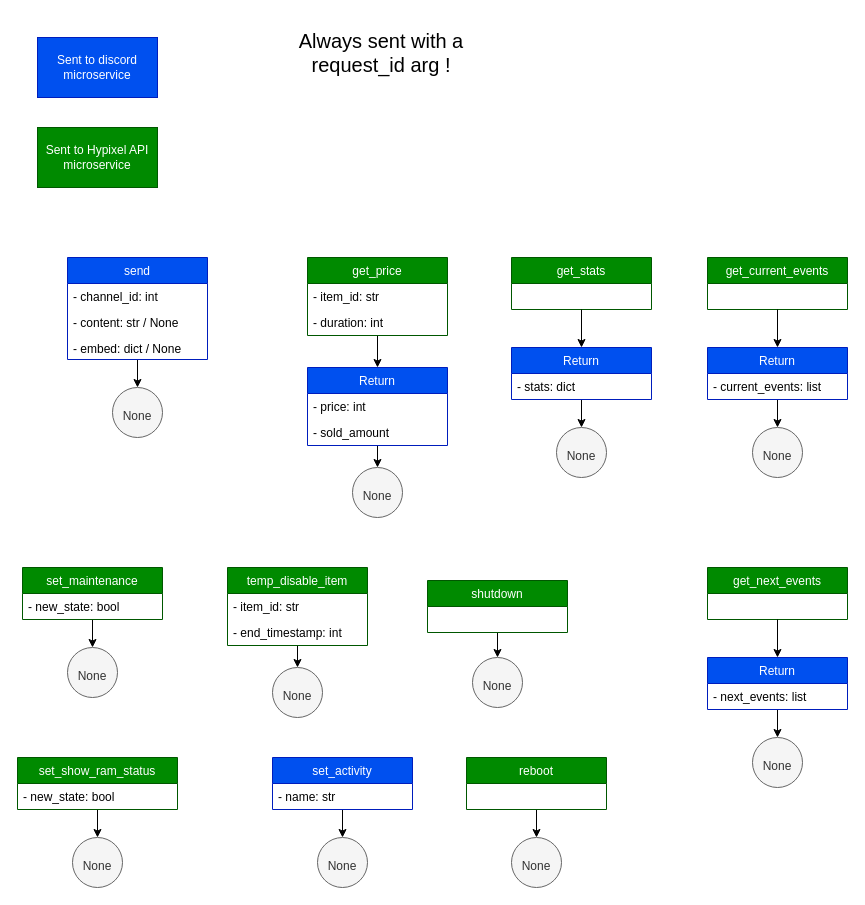
Before: page "all requests" (6 of 6) of auction bot global architecture.drawio in LupyXev/auction-bot-rewrite, a draw.io diagram. Source tidied: cells renumbered, new cells numbered last; positions are measured from the earlier drawing's top-left corner, leaving out a move shared by most shapes. Both pictures are drawn from the tidied source at 100%, with x=0, y=0 at pixel (17, 17).
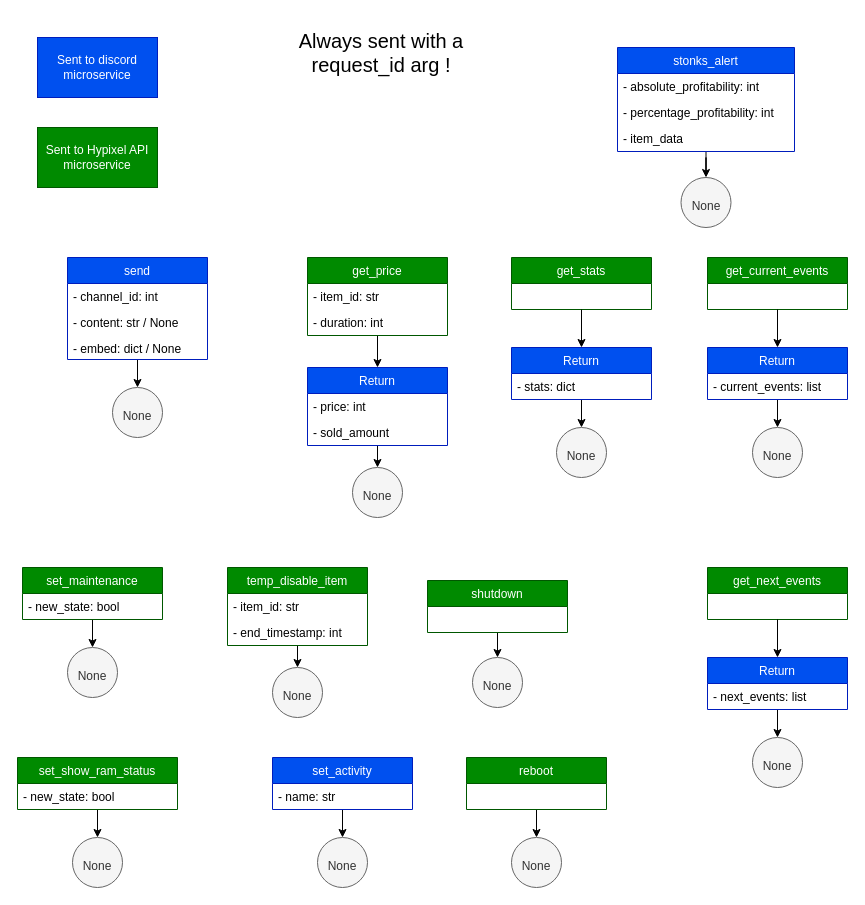
After the change.

Diff of the diagram source:
```diff
@@
+    <mxCell id="61" style="edgeStyle=orthogonalEdgeStyle;rounded=0;jettySize=auto;html=1;" parent="1" edge="1" source="62" target="66">
+      <mxGeometry relative="1" as="geometry" />
+    </mxCell>
+    <mxCell id="62" value="stonks_alert" style="swimlane;fontStyle=0;horizontal=1;startSize=26;fillColor=#0050ef;strokeColor=#001DBC;fontColor=#ffffff;" parent="1" vertex="1">
+      <mxGeometry x="600" y="30" width="177" height="104" as="geometry" />
+    </mxCell>
+    <mxCell id="63" value="- absolute_profitability: int" style="text;strokeColor=none;fillColor=none;align=left;verticalAlign=top;spacingLeft=4;spacingRight=4;overflow=hidden;" parent="62" vertex="1">
+      <mxGeometry y="26" width="177" height="26" as="geometry" />
+    </mxCell>
+    <mxCell id="64" value="- percentage_profitability: int" style="text;strokeColor=none;fillColor=none;align=left;verticalAlign=top;spacingLeft=4;spacingRight=4;overflow=hidden;" parent="62" vertex="1">
+      <mxGeometry y="52" width="177" height="26" as="geometry" />
+    </mxCell>
+    <mxCell id="65" value="- item_data" style="text;strokeColor=none;fillColor=none;align=left;verticalAlign=top;spacingLeft=4;spacingRight=4;overflow=hidden;" parent="62" vertex="1">
+      <mxGeometry y="78" width="177" height="26" as="geometry" />
+    </mxCell>
+    <mxCell id="66" value="&lt;font style=&quot;font-size: 12px&quot;&gt;None&lt;/font&gt;" style="ellipse;whiteSpace=wrap;html=1;fontSize=20;fillColor=#f5f5f5;strokeColor=#666666;fontColor=#333333;" parent="1" vertex="1">
+      <mxGeometry x="663.5" y="160" width="50" height="50" as="geometry" />
+    </mxCell>
```
